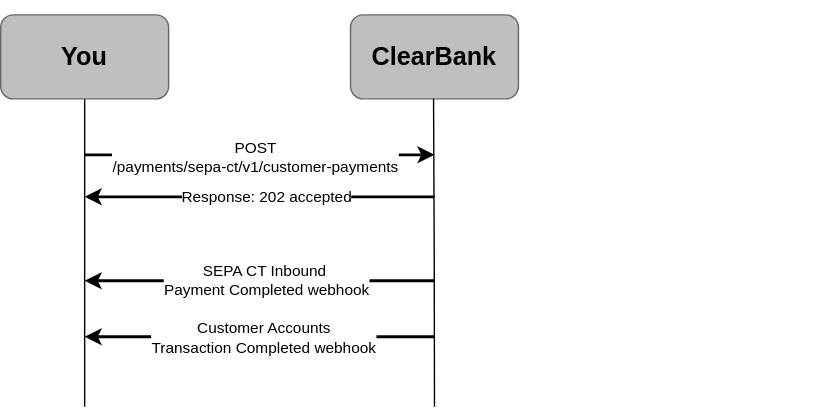
clearbank/clearbank.github.io keeps this draw.io diagram as static/assets/images/send-a-sepa-ct-payment.svg. Above is the earlier version. Source tidied: cells renumbered, new cells last; positions are measured from the earlier drawing's top-left corner, leaving out a move shared by most shapes.
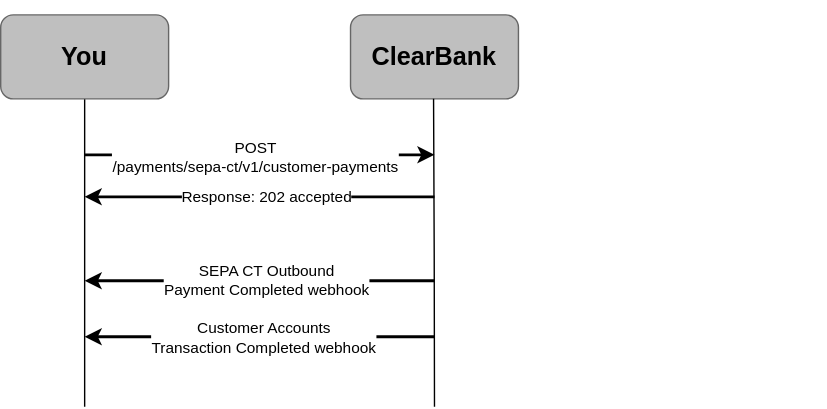
After the commit.

Diff of the diagram source:
```diff
@@ -11,7 +11,7 @@
         <mxPoint x="60" y="200" as="targetPoint" />
       </mxGeometry>
     </mxCell>
-    <mxCell id="4" value="&lt;div&gt;SEPA CT Inbound&amp;nbsp;&lt;/div&gt;&lt;div&gt;Payment Completed webhook&lt;/div&gt;" style="edgeLabel;html=1;align=center;verticalAlign=middle;fontFamily=Arial;" parent="3" vertex="1">
+    <mxCell id="4" value="&lt;div&gt;SEPA CT Outbound&lt;/div&gt;&lt;div&gt;Payment Completed webhook&lt;/div&gt;" style="edgeLabel;html=1;align=center;verticalAlign=middle;fontFamily=Arial;" parent="3" vertex="1">
       <mxGeometry x="0.09" y="-1" relative="1" as="geometry">
         <mxPoint x="15" as="offset" />
       </mxGeometry>
```
